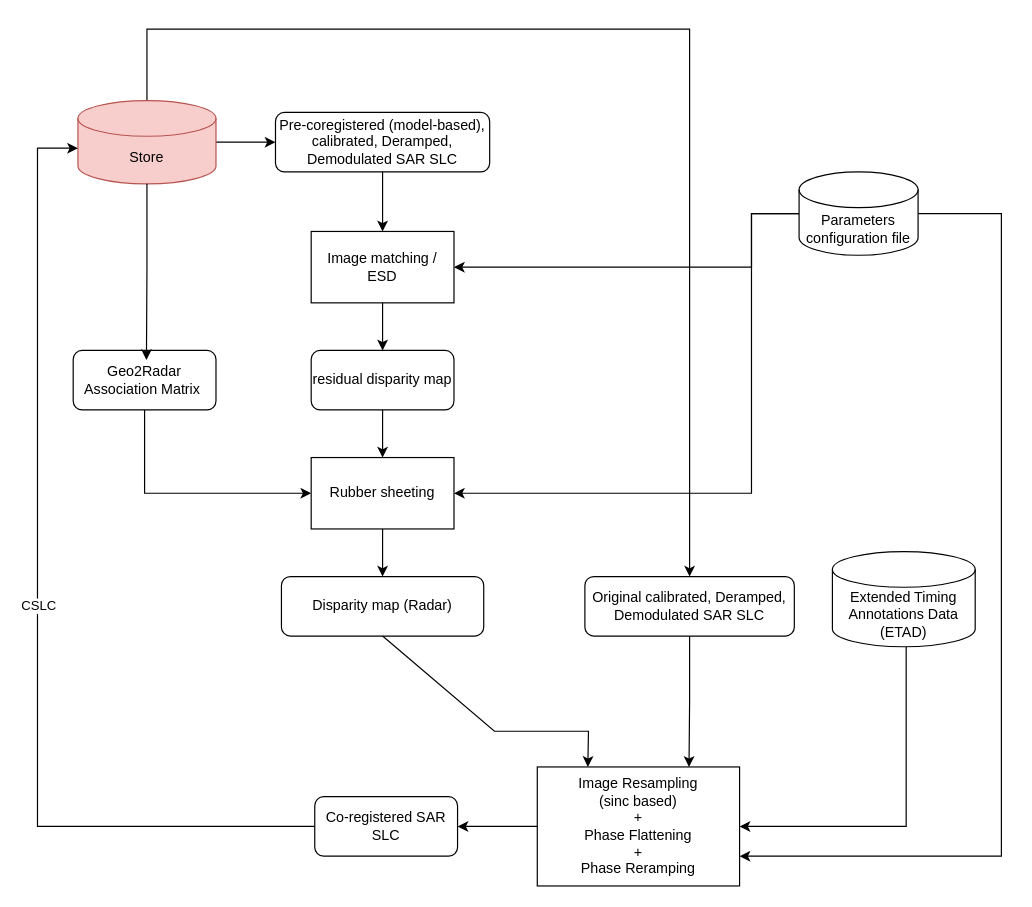
Earlier version of the draw.io diagram docs/atbd_book/Diagrams/Coregistration_data_driven_diagram.drawio (ROSE-L-ARD/cop-ard-atbd). Source tidied: cells renumbered, new cells numbered last; positions are measured from the earlier drawing's top-left corner, leaving out a move shared by most shapes. Both pictures are drawn from the tidied source at 119%, with x=0, y=0 at pixel (37, 29).
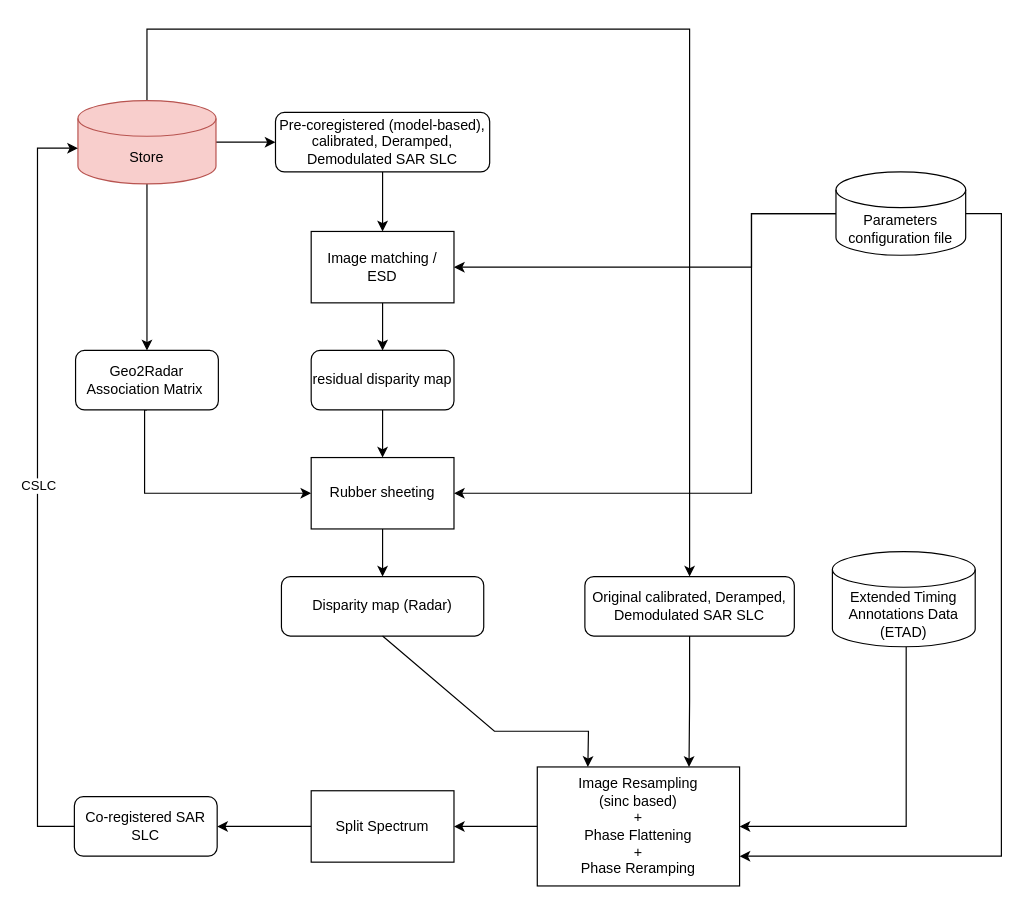
After the change.

Commit message:
modified source diagram for co-registration

The change refers to these unchanged cells:
```xml
<mxCell id="8" value="Store" style="shape=cylinder3;whiteSpace=wrap;html=1;boundedLbl=1;backgroundOutline=1;size=15;fillColor=#f8cecc;strokeColor=#b85450;points=[[0,0,0,0,15],[0,0,0,0,40],[0,0,0,0,90],[0,0.5,0,0,0],[0,1,0,0,-15],[0.145,0,0,0,4.35],[0.145,1,0,0,-4.35],[0.5,0,0,0,0],[0.5,1,0,0,0],[0.855,0,0,0,4.35],[0.855,1,0,0,-4.35],[1,0,0,0,15],[1,0,0,0,40],[1,0,0,0,90],[1,0.5,0,0,0],[1,1,0,0,-15]];" parent="1" vertex="1">
  <mxGeometry x="34" y="60" width="116" height="70" as="geometry" />
</mxCell>
<mxCell id="22" value="Image Resampling&lt;div&gt;(sinc based)&lt;div&gt;+&lt;/div&gt;&lt;div&gt;Phase Flattening&lt;/div&gt;&lt;div&gt;+&lt;/div&gt;&lt;div&gt;Phase Reramping&lt;/div&gt;&lt;/div&gt;" style="rounded=0;whiteSpace=wrap;html=1;" parent="1" vertex="1">
  <mxGeometry x="420" y="620" width="170" height="100" as="geometry" />
</mxCell>
```

Change to the diagram source:
```diff
@@
     <mxCell id="5" value="Parameters configuration file" style="shape=cylinder3;whiteSpace=wrap;html=1;boundedLbl=1;backgroundOutline=1;size=15;" parent="1" vertex="1">
-      <mxGeometry x="640" y="120" width="100" height="70" as="geometry" />
+      <mxGeometry x="671" y="120" width="109" height="70" as="geometry" />
     </mxCell>
@@
+    <mxCell id="30" style="edgeStyle=orthogonalEdgeStyle;rounded=0;jettySize=auto;html=1;entryX=0.5;entryY=0;entryDx=0;entryDy=0;" parent="1" edge="1" source="8" target="17">
+      <mxGeometry relative="1" as="geometry" />
+    </mxCell>
@@
     <mxCell id="17" value="Geo2Radar Association Matrix&amp;nbsp;" style="rounded=1;whiteSpace=wrap;html=1;" parent="1" vertex="1">
-      <mxGeometry x="30" y="270" width="120" height="50" as="geometry" />
+      <mxGeometry x="32" y="270" width="120" height="50" as="geometry" />
     </mxCell>
@@
+    <mxCell id="31" style="edgeStyle=orthogonalEdgeStyle;rounded=0;jettySize=auto;html=1;entryX=1;entryY=0.5;entryDx=0;entryDy=0;" parent="1" edge="1" source="22" target="33">
+      <mxGeometry relative="1" as="geometry" />
+    </mxCell>
@@
     <mxCell id="24" value="Co-registered SAR SLC" style="rounded=1;whiteSpace=wrap;html=1;" parent="1" vertex="1">
-      <mxGeometry x="233" y="645" width="120" height="50" as="geometry" />
+      <mxGeometry x="31" y="645" width="120" height="50" as="geometry" />
     </mxCell>
-    <mxCell id="25" style="endArrow=classic;html=1;rounded=0;exitX=0;exitY=0.5;exitDx=0;exitDy=0;entryX=1;entryY=0.5;entryDx=0;entryDy=0;" parent="1" edge="1" source="22" target="24">
-      <mxGeometry relative="1" as="geometry" />
-    </mxCell>
@@
-    <mxCell id="30" style="edgeStyle=orthogonalEdgeStyle;rounded=0;jettySize=auto;html=1;entryX=0.513;entryY=0.16;entryDx=0;entryDy=0;entryPerimeter=0;" parent="1" edge="1" source="8" target="17">
-      <mxGeometry relative="1" as="geometry" />
-    </mxCell>
+    <mxCell id="32" style="edgeStyle=orthogonalEdgeStyle;rounded=0;jettySize=auto;html=1;entryX=1;entryY=0.5;entryDx=0;entryDy=0;" parent="1" edge="1" source="33" target="24">
+      <mxGeometry relative="1" as="geometry" />
+    </mxCell>
+    <mxCell id="33" value="Split Spectrum" style="rounded=0;whiteSpace=wrap;html=1;" parent="1" vertex="1">
+      <mxGeometry x="230" y="640" width="120" height="60" as="geometry" />
+    </mxCell>
```
